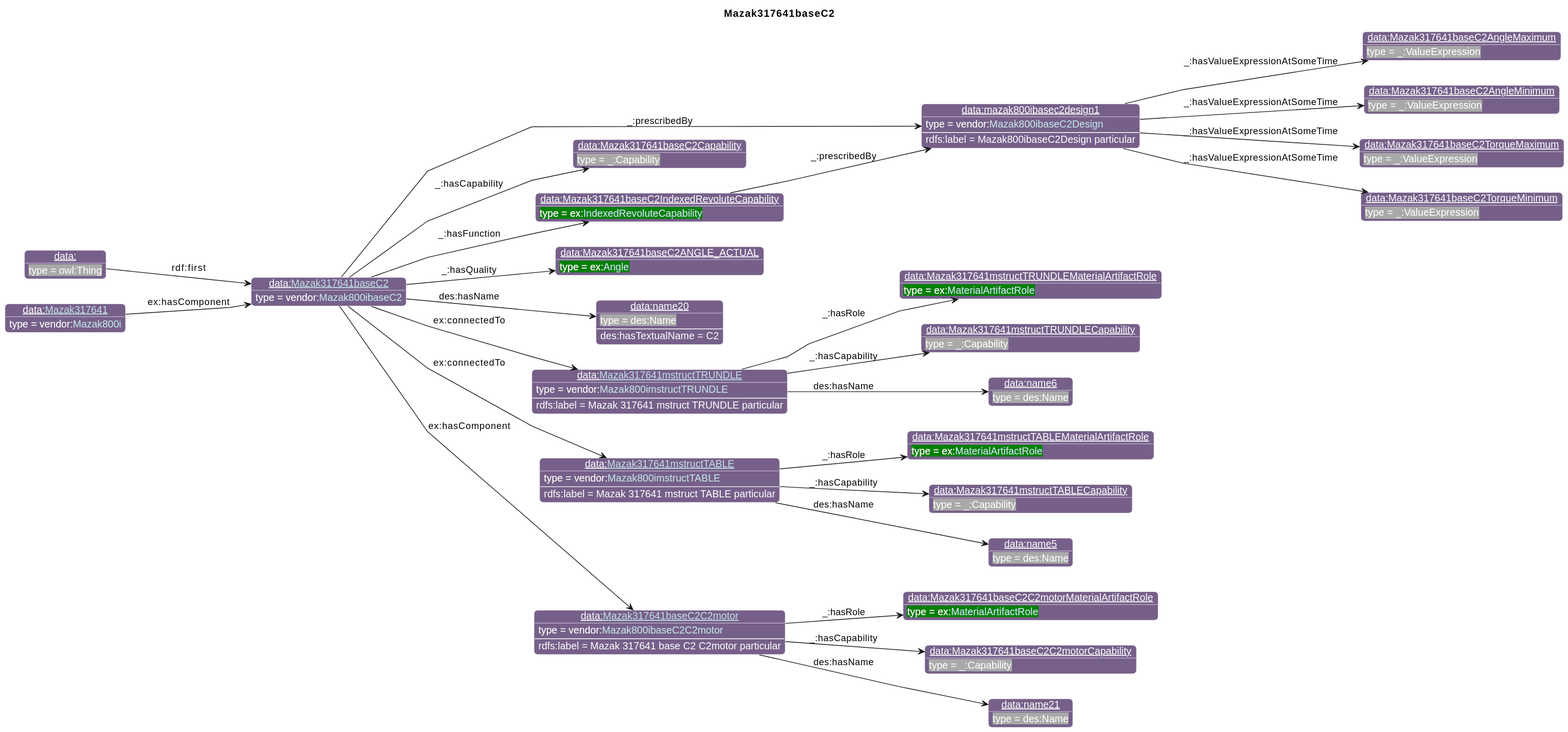
Earlier version of the PlantUML export diagrams/Mazak317641baseC2.svg (iofoundry/example-syseng-mtconnect).
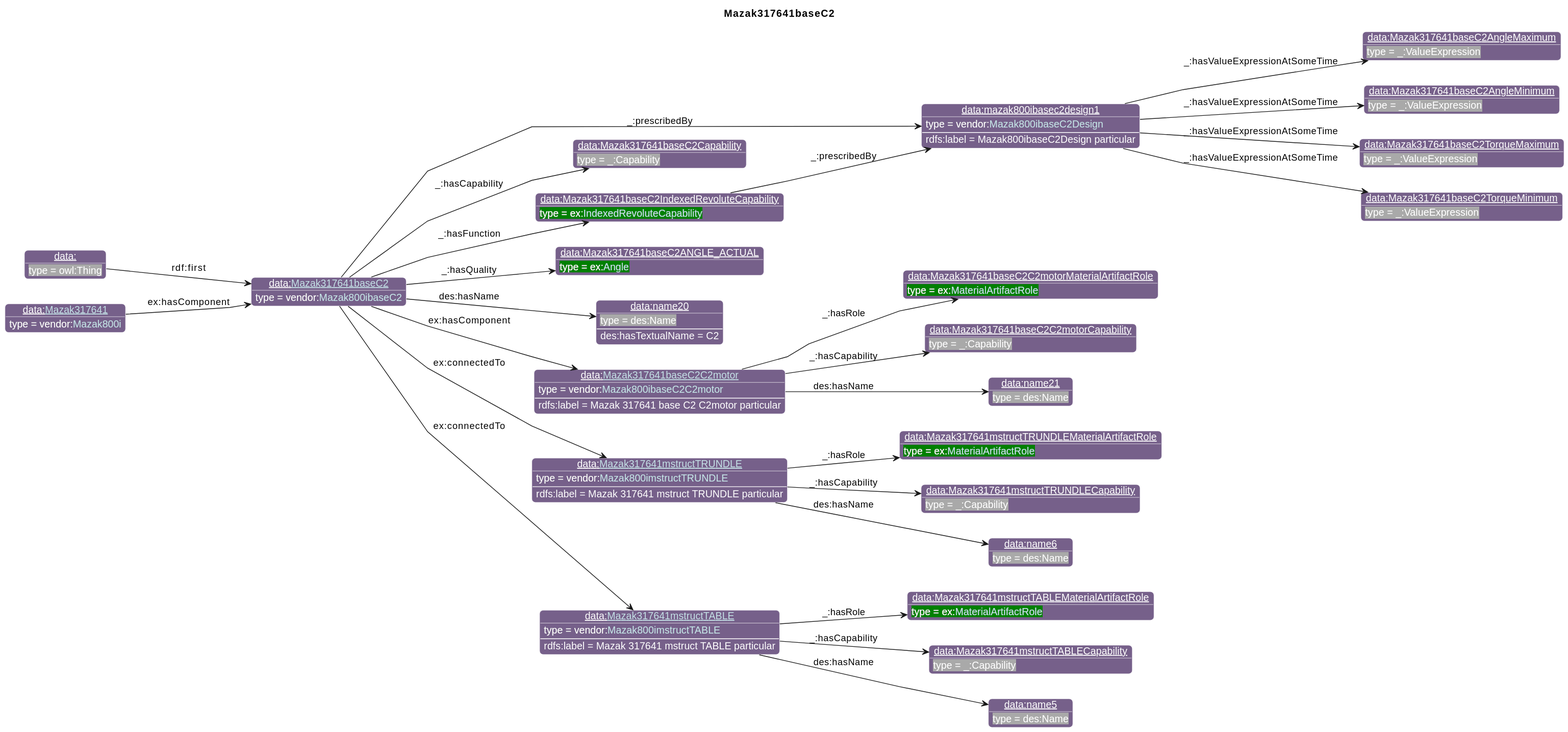
The same file after the commit.

Change to the diagram source:
```diff
@@ -35,18 +35,18 @@
 individual(o7, data:Mazak317641baseC2IndexedRevoluteCapability, ex:[[../Example.html#IndexedRevoluteCapability IndexedRevoluteCapability]])
 individual(o8, data:Mazak317641baseC2ANGLE_ACTUAL, ex:[[../Example.html#Angle Angle]])
 individual(o9, data:name20, des:Name)
-individual(o10, data:[[./Mazak317641mstructTRUNDLE.html Mazak317641mstructTRUNDLE]], vendor:[[../Mazak.html#Mazak800imstructTRUNDLE Mazak800imstructTRUNDLE]])
-individual(o11, data:Mazak317641mstructTRUNDLEMaterialArtifactRole, ex:[[../Example.html#MaterialArtifactRole MaterialArtifactRole]])
-individual(o12, data:Mazak317641mstructTRUNDLECapability, _:Capability)
-individual(o13, data:name6, des:Name)
-individual(o14, data:[[./Mazak317641mstructTABLE.html Mazak317641mstructTABLE]], vendor:[[../Mazak.html#Mazak800imstructTABLE Mazak800imstructTABLE]])
-individual(o15, data:Mazak317641mstructTABLEMaterialArtifactRole, ex:[[../Example.html#MaterialArtifactRole MaterialArtifactRole]])
-individual(o16, data:Mazak317641mstructTABLECapability, _:Capability)
-individual(o17, data:name5, des:Name)
-individual(o18, data:[[./Mazak317641baseC2C2motor.html Mazak317641baseC2C2motor]], vendor:[[../Mazak.html#Mazak800ibaseC2C2motor Mazak800ibaseC2C2motor]])
-individual(o19, data:Mazak317641baseC2C2motorMaterialArtifactRole, ex:[[../Example.html#MaterialArtifactRole MaterialArtifactRole]])
-individual(o20, data:Mazak317641baseC2C2motorCapability, _:Capability)
-individual(o21, data:name21, des:Name)
+individual(o10, data:[[./Mazak317641baseC2C2motor.html Mazak317641baseC2C2motor]], vendor:[[../Mazak.html#Mazak800ibaseC2C2motor Mazak800ibaseC2C2motor]])
+individual(o11, data:Mazak317641baseC2C2motorMaterialArtifactRole, ex:[[../Example.html#MaterialArtifactRole MaterialArtifactRole]])
+individual(o12, data:Mazak317641baseC2C2motorCapability, _:Capability)
+individual(o13, data:name21, des:Name)
+individual(o14, data:[[./Mazak317641mstructTRUNDLE.html Mazak317641mstructTRUNDLE]], vendor:[[../Mazak.html#Mazak800imstructTRUNDLE Mazak800imstructTRUNDLE]])
+individual(o15, data:Mazak317641mstructTRUNDLEMaterialArtifactRole, ex:[[../Example.html#MaterialArtifactRole MaterialArtifactRole]])
+individual(o16, data:Mazak317641mstructTRUNDLECapability, _:Capability)
+individual(o17, data:name6, des:Name)
+individual(o18, data:[[./Mazak317641mstructTABLE.html Mazak317641mstructTABLE]], vendor:[[../Mazak.html#Mazak800imstructTABLE Mazak800imstructTABLE]])
+individual(o19, data:Mazak317641mstructTABLEMaterialArtifactRole, ex:[[../Example.html#MaterialArtifactRole MaterialArtifactRole]])
+individual(o20, data:Mazak317641mstructTABLECapability, _:Capability)
+individual(o21, data:name5, des:Name)
 individual(o22, data:, owl:Thing)
 individual(o23, data:[[./Mazak317641.html Mazak317641]], vendor:[[../Mazak.html#Mazak800i Mazak800i]])
 property(o0, "_:prescribedBy", o1)
@@ -61,18 +61,18 @@
 property(o0, "_:hasQuality", o8)
 property(o0, "des:hasName", o9)
 data(o9, "des:hasTextualName", "C2")
-property(o0, "ex:connectedTo", o10)
-data(o10, "rdfs:label", "Mazak 317641 mstruct TRUNDLE particular")
+property(o0, "ex:hasComponent", o10)
+data(o10, "rdfs:label", "Mazak 317641 base C2 C2motor particular")
 property(o10, "_:hasRole", o11)
 property(o10, "_:hasCapability", o12)
 property(o10, "des:hasName", o13)
 property(o0, "ex:connectedTo", o14)
-data(o14, "rdfs:label", "Mazak 317641 mstruct TABLE particular")
+data(o14, "rdfs:label", "Mazak 317641 mstruct TRUNDLE particular")
 property(o14, "_:hasRole", o15)
 property(o14, "_:hasCapability", o16)
 property(o14, "des:hasName", o17)
-property(o0, "ex:hasComponent", o18)
-data(o18, "rdfs:label", "Mazak 317641 base C2 C2motor particular")
+property(o0, "ex:connectedTo", o18)
+data(o18, "rdfs:label", "Mazak 317641 mstruct TABLE particular")
 property(o18, "_:hasRole", o19)
 property(o18, "_:hasCapability", o20)
 property(o18, "des:hasName", o21)
```
